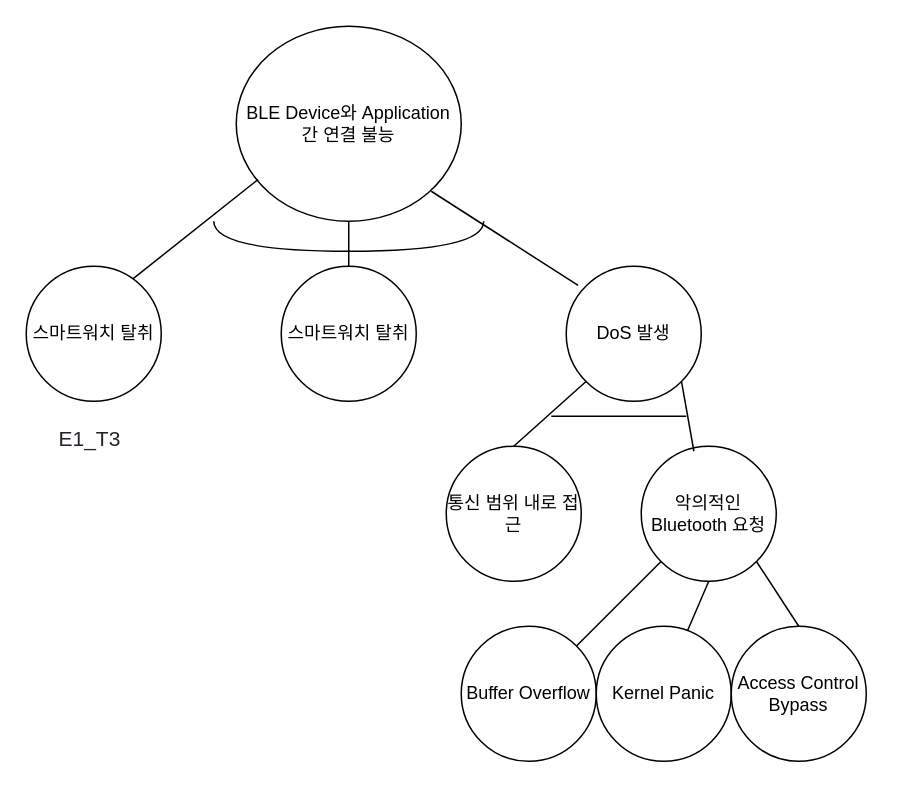
bbangjooo/DH_pwn keeps this draw.io diagram as AT.drawio. Above is the earlier version. Source tidied: cells renumbered, new cells numbered last; positions are measured from the earlier drawing's top-left corner, leaving out a move shared by most shapes. Both pictures are drawn from the tidied source at 150%, with x=0, y=0 at pixel (26, 26).
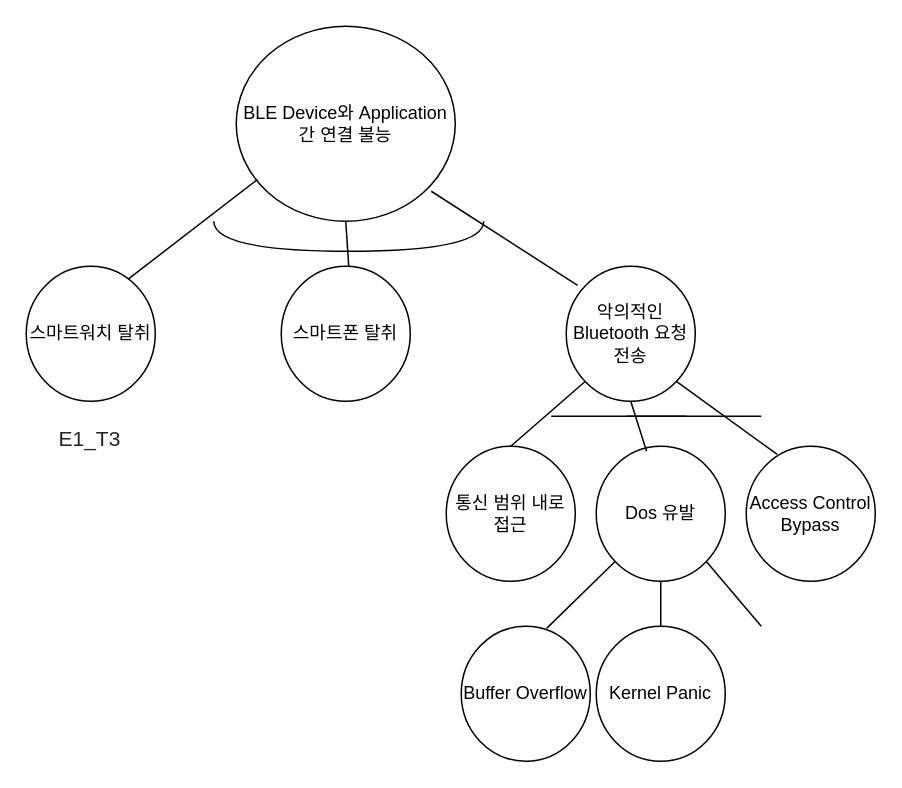
The same diagram, later.

Diff of the diagram source:
```diff
@@
     <mxCell id="2" value="BLE Device와 Application 간 연결 불능" style="ellipse;whiteSpace=wrap;html=1;" parent="1" vertex="1">
-      <mxGeometry x="140" width="150" height="130" as="geometry" />
+      <mxGeometry x="140" width="146" height="130" as="geometry" />
     </mxCell>
@@
     <mxCell id="4" value="스마트워치 탈취" style="ellipse;whiteSpace=wrap;html=1;" parent="1" vertex="1">
-      <mxGeometry y="160" width="90" height="90" as="geometry" />
+      <mxGeometry y="160" width="86" height="90" as="geometry" />
     </mxCell>
@@
-    <mxCell id="6" value="DoS 발생" style="ellipse;whiteSpace=wrap;html=1;" parent="1" vertex="1">
-      <mxGeometry x="360" y="160" width="90" height="90" as="geometry" />
+    <mxCell id="6" value="악의적인 Bluetooth 요청 전송" style="ellipse;whiteSpace=wrap;html=1;" parent="1" vertex="1">
+      <mxGeometry x="360" y="160" width="86" height="90" as="geometry" />
     </mxCell>
@@
-    <mxCell id="8" value="악의적인 Bluetooth 요청" style="ellipse;whiteSpace=wrap;html=1;" parent="1" vertex="1">
-      <mxGeometry x="410" y="280" width="90" height="90" as="geometry" />
+    <mxCell id="8" value="Dos 유발" style="ellipse;whiteSpace=wrap;html=1;" parent="1" vertex="1">
+      <mxGeometry x="380" y="280" width="86" height="90" as="geometry" />
     </mxCell>
     <mxCell id="9" value="&lt;span style=&quot;color: rgb(33, 37, 41); font-family: poppins, arial, sans-serif; font-size: 14px; font-style: normal; font-weight: 400; letter-spacing: normal; text-align: left; text-indent: 0px; text-transform: none; word-spacing: 0px; background-color: rgb(255, 255, 255); display: inline; float: none;&quot;&gt;E1_T3&lt;/span&gt;" style="text;whiteSpace=wrap;html=1;" parent="1" vertex="1">
-      <mxGeometry x="20" y="260" width="50" height="30" as="geometry" />
+      <mxGeometry x="20" y="260" width="46" height="30" as="geometry" />
     </mxCell>
@@
     <mxCell id="11" value="통신 범위 내로 접근" style="ellipse;whiteSpace=wrap;html=1;" parent="1" vertex="1">
-      <mxGeometry x="280" y="280" width="90" height="90" as="geometry" />
+      <mxGeometry x="280" y="280" width="86" height="90" as="geometry" />
     </mxCell>
@@
-    <mxCell id="13" style="endArrow=none;html=1;rounded=0;curved=1;entryX=1;entryY=1;entryDx=0;entryDy=0;exitX=0.39;exitY=0.037;exitDx=0;exitDy=0;exitPerimeter=0;" parent="1" edge="1" source="8" target="6">
+    <mxCell id="13" style="endArrow=none;html=1;rounded=0;curved=1;entryX=0.5;entryY=1;entryDx=0;entryDy=0;exitX=0.39;exitY=0.037;exitDx=0;exitDy=0;exitPerimeter=0;" parent="1" edge="1" source="8" target="6">
       <mxGeometry relative="1" as="geometry" />
     </mxCell>
@@
-    <mxCell id="15" style="endArrow=none;html=1;rounded=0;curved=1;exitX=1;exitY=0;exitDx=0;exitDy=0;entryX=0;entryY=1;entryDx=0;entryDy=0;" parent="1" edge="1" source="16" target="8">
+    <mxCell id="15" style="endArrow=none;html=1;rounded=0;curved=1;exitX=0.016;exitY=0.338;exitDx=0;exitDy=0;entryX=0;entryY=1;entryDx=0;entryDy=0;exitPerimeter=0;" parent="1" edge="1" source="16" target="8">
       <mxGeometry relative="1" as="geometry" />
     </mxCell>
-    <mxCell id="16" value="Buffer Overflow" style="ellipse;whiteSpace=wrap;html=1;" parent="1" vertex="1">
-      <mxGeometry x="290" y="400" width="90" height="90" as="geometry" />
+    <mxCell id="16" value="Buffer Overflow" style="ellipse;whiteSpace=wrap;html=1;direction=south;" parent="1" vertex="1">
+      <mxGeometry x="290" y="400" width="86" height="90" as="geometry" />
     </mxCell>
-    <mxCell id="17" value="스마트워치 탈취" style="ellipse;whiteSpace=wrap;html=1;" parent="1" vertex="1">
-      <mxGeometry x="170" y="160" width="90" height="90" as="geometry" />
+    <mxCell id="17" value="스마트폰 탈취" style="ellipse;whiteSpace=wrap;html=1;" parent="1" vertex="1">
+      <mxGeometry x="170" y="160" width="86" height="90" as="geometry" />
     </mxCell>
     <mxCell id="18" value="Kernel Panic" style="ellipse;whiteSpace=wrap;html=1;" parent="1" vertex="1">
-      <mxGeometry x="380" y="400" width="90" height="90" as="geometry" />
+      <mxGeometry x="380" y="400" width="86" height="90" as="geometry" />
     </mxCell>
-    <mxCell id="19" style="endArrow=none;html=1;rounded=0;curved=1;entryX=0.5;entryY=1;entryDx=0;entryDy=0;exitX=0.676;exitY=0.033;exitDx=0;exitDy=0;exitPerimeter=0;" parent="1" edge="1" source="18" target="8">
+    <mxCell id="19" style="endArrow=none;html=1;rounded=0;curved=1;entryX=0.5;entryY=1;entryDx=0;entryDy=0;exitX=0.5;exitY=0;exitDx=0;exitDy=0;" parent="1" edge="1" source="18" target="8">
       <mxGeometry relative="1" as="geometry" />
     </mxCell>
     <mxCell id="20" value="Access Control Bypass" style="ellipse;whiteSpace=wrap;html=1;" parent="1" vertex="1">
-      <mxGeometry x="470" y="400" width="90" height="90" as="geometry" />
+      <mxGeometry x="480" y="280" width="86" height="90" as="geometry" />
     </mxCell>
-    <mxCell id="21" style="endArrow=none;html=1;rounded=0;curved=1;exitX=0.5;exitY=0;exitDx=0;exitDy=0;entryX=1;entryY=1;entryDx=0;entryDy=0;" parent="1" edge="1" source="20" target="8">
-      <mxGeometry relative="1" as="geometry" />
+    <mxCell id="21" style="endArrow=none;html=1;rounded=0;curved=1;entryX=1;entryY=1;entryDx=0;entryDy=0;" parent="1" edge="1" target="8">
+      <mxGeometry relative="1" as="geometry">
+        <mxPoint x="490" y="400" as="sourcePoint" />
+      </mxGeometry>
     </mxCell>
+    <mxCell id="22" style="endArrow=none;html=1;rounded=0;curved=1;" parent="1" edge="1">
+      <mxGeometry relative="1" as="geometry">
+        <mxPoint x="400" y="260" as="sourcePoint" />
+        <mxPoint x="490" y="260" as="targetPoint" />
+      </mxGeometry>
+    </mxCell>
+    <mxCell id="23" style="endArrow=none;html=1;rounded=0;curved=1;entryX=1;entryY=1;entryDx=0;entryDy=0;exitX=0.24;exitY=0.06;exitDx=0;exitDy=0;exitPerimeter=0;" parent="1" edge="1" source="20" target="6">
+      <mxGeometry relative="1" as="geometry" />
+    </mxCell>
```
